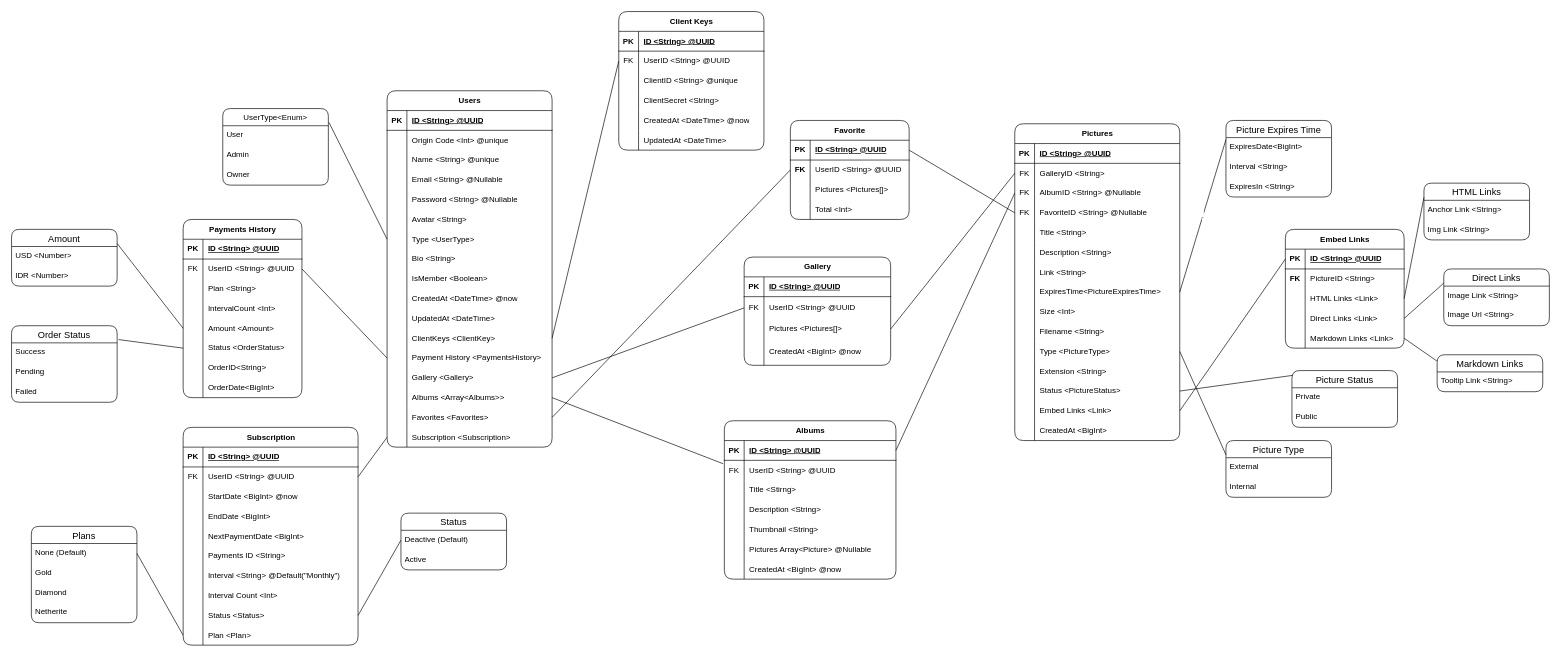
Before: projects/models/v2/Pixelarium.drawio in Novanaa/Pixelarium, a draw.io diagram. Source tidied: cells renumbered, new cells numbered last; positions are measured from the earlier drawing's top-left corner, leaving out a move shared by most shapes. Both pictures are drawn from the tidied source at 66%, with x=0, y=0 at pixel (11, 11).
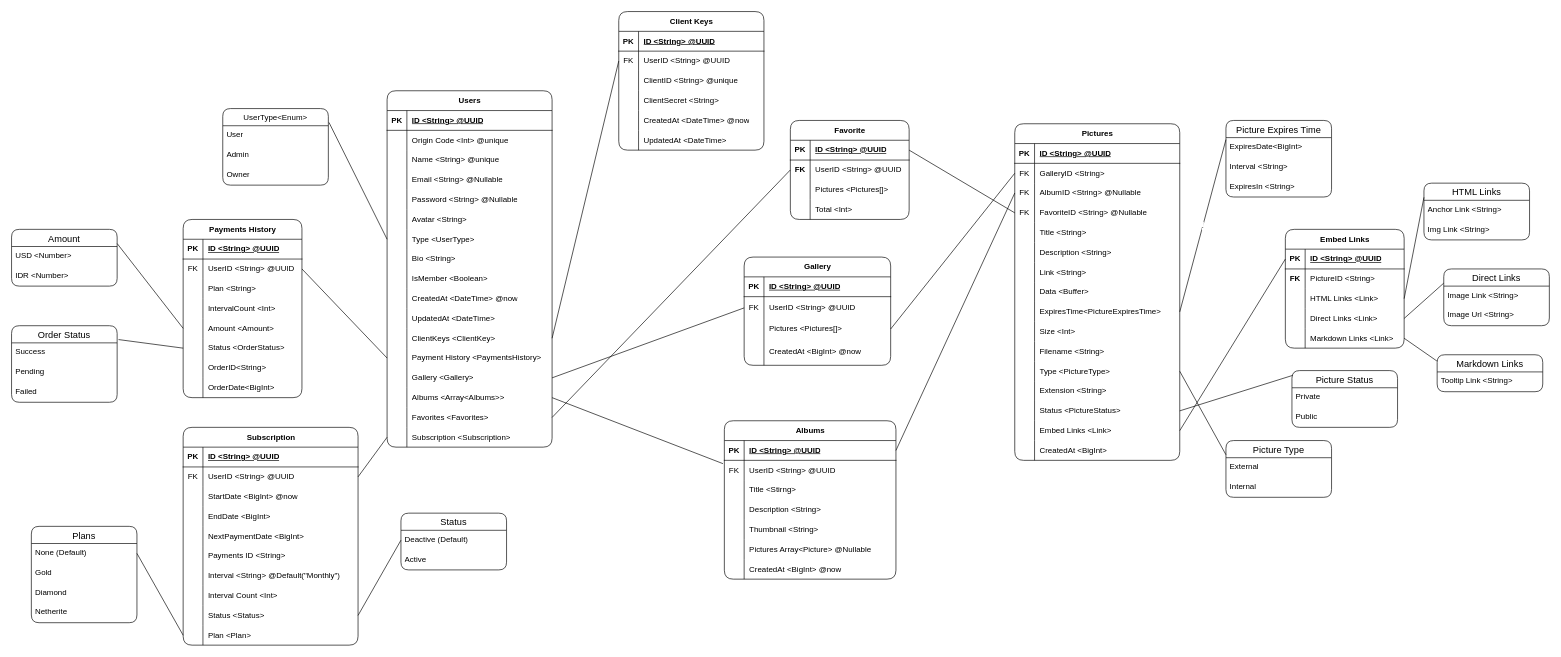
Above is the later version.

Commit message (it also covers changes not shown here):
Added data field as buffer to picture model

Change to the diagram source:
```diff
@@
     <mxCell id="93" value="Pictures" style="shape=table;startSize=30;childLayout=tableLayout;rowLines=0;fontStyle=1;align=center;html=1;rounded=1;" parent="1" vertex="1">
-      <mxGeometry x="1520" y="170" width="250" height="480" as="geometry" />
+      <mxGeometry x="1520" y="170" width="250" height="510" as="geometry" />
     </mxCell>
@@
+    <mxCell id="297" style="shape=tableRow;horizontal=0;startSize=0;swimlaneHead=0;swimlaneBody=0;fillColor=none;top=0;left=0;right=0;bottom=0;" parent="93" vertex="1">
+      <mxGeometry y="240" width="250" height="30" as="geometry" />
+    </mxCell>
+    <mxCell id="298" style="shape=partialRectangle;fillColor=none;top=0;left=0;bottom=0;right=0;overflow=hidden;whiteSpace=wrap;html=1;" parent="297" vertex="1">
+      <mxGeometry width="30" height="30" as="geometry" />
+    </mxCell>
+    <mxCell id="299" value="Data &amp;lt;Buffer&amp;gt;" style="shape=partialRectangle;fillColor=none;top=0;left=0;bottom=0;right=0;align=left;spacingLeft=6;overflow=hidden;whiteSpace=wrap;html=1;" parent="297" vertex="1">
+      <mxGeometry x="30" width="220" height="30" as="geometry" />
+    </mxCell>
     <mxCell id="115" style="shape=tableRow;horizontal=0;startSize=0;swimlaneHead=0;swimlaneBody=0;fillColor=none;points=[[0,0.5],[1,0.5]];portConstraint=eastwest;top=0;left=0;right=0;bottom=0;" parent="93" vertex="1">
-      <mxGeometry y="240" width="250" height="30" as="geometry" />
+      <mxGeometry y="270" width="250" height="30" as="geometry" />
     </mxCell>
@@
     <mxCell id="118" style="shape=tableRow;horizontal=0;startSize=0;swimlaneHead=0;swimlaneBody=0;fillColor=none;top=0;left=0;right=0;bottom=0;" parent="93" vertex="1">
-      <mxGeometry y="270" width="250" height="30" as="geometry" />
+      <mxGeometry y="300" width="250" height="30" as="geometry" />
     </mxCell>
@@
     <mxCell id="121" style="shape=tableRow;horizontal=0;startSize=0;swimlaneHead=0;swimlaneBody=0;fillColor=none;top=0;left=0;right=0;bottom=0;" parent="93" vertex="1">
-      <mxGeometry y="300" width="250" height="30" as="geometry" />
+      <mxGeometry y="330" width="250" height="30" as="geometry" />
     </mxCell>
@@
     <mxCell id="124" style="shape=tableRow;horizontal=0;startSize=0;swimlaneHead=0;swimlaneBody=0;fillColor=none;points=[[0,0.5],[1,0.5]];portConstraint=eastwest;top=0;left=0;right=0;bottom=0;" parent="93" vertex="1">
-      <mxGeometry y="330" width="250" height="30" as="geometry" />
+      <mxGeometry y="360" width="250" height="30" as="geometry" />
     </mxCell>
@@
     <mxCell id="127" style="shape=tableRow;horizontal=0;startSize=0;swimlaneHead=0;swimlaneBody=0;fillColor=none;top=0;left=0;right=0;bottom=0;" parent="93" vertex="1">
-      <mxGeometry y="360" width="250" height="30" as="geometry" />
+      <mxGeometry y="390" width="250" height="30" as="geometry" />
     </mxCell>
@@
     <mxCell id="130" style="shape=tableRow;horizontal=0;startSize=0;swimlaneHead=0;swimlaneBody=0;fillColor=none;points=[[0,0.5],[1,0.5]];portConstraint=eastwest;top=0;left=0;right=0;bottom=0;" parent="93" vertex="1">
-      <mxGeometry y="390" width="250" height="30" as="geometry" />
+      <mxGeometry y="420" width="250" height="30" as="geometry" />
     </mxCell>
@@
     <mxCell id="133" style="shape=tableRow;horizontal=0;startSize=0;swimlaneHead=0;swimlaneBody=0;fillColor=none;points=[[0,0.5],[1,0.5]];portConstraint=eastwest;top=0;left=0;right=0;bottom=0;" parent="93" vertex="1">
-      <mxGeometry y="420" width="250" height="30" as="geometry" />
+      <mxGeometry y="450" width="250" height="30" as="geometry" />
     </mxCell>
@@
     <mxCell id="136" style="shape=tableRow;horizontal=0;startSize=0;swimlaneHead=0;swimlaneBody=0;fillColor=none;top=0;left=0;right=0;bottom=0;" parent="93" vertex="1">
-      <mxGeometry y="450" width="250" height="30" as="geometry" />
+      <mxGeometry y="480" width="250" height="30" as="geometry" />
     </mxCell>
```
